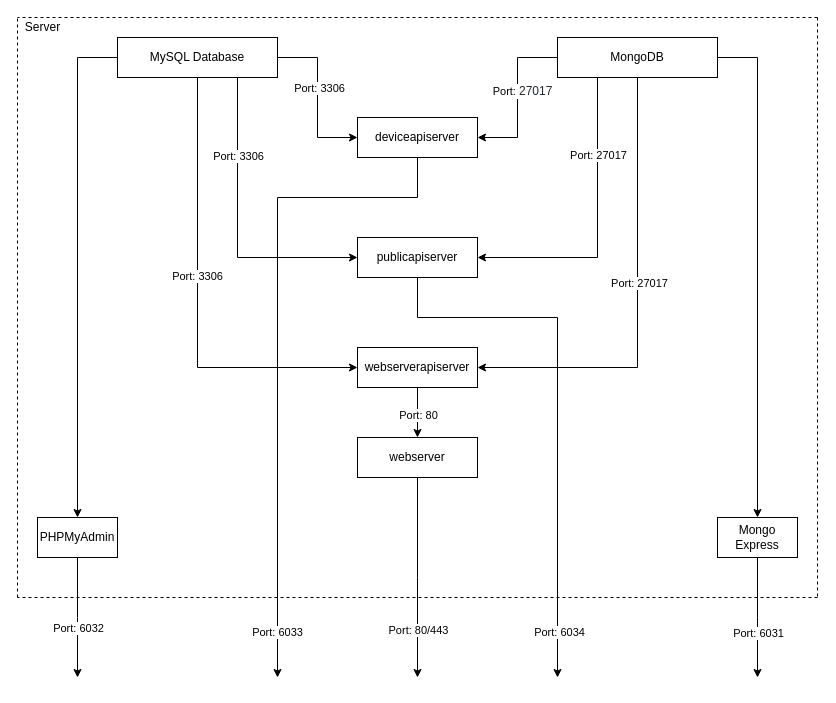
Above: docs/architecture.drawio in sashuu69/iot-platform-docker-compose (draw.io), before the change. Source tidied: cells renumbered, new cells numbered last; positions are measured from the earlier drawing's top-left corner, leaving out a move shared by most shapes. Both pictures are drawn from the tidied source at 100%, with x=0, y=0 at pixel (17, 17).
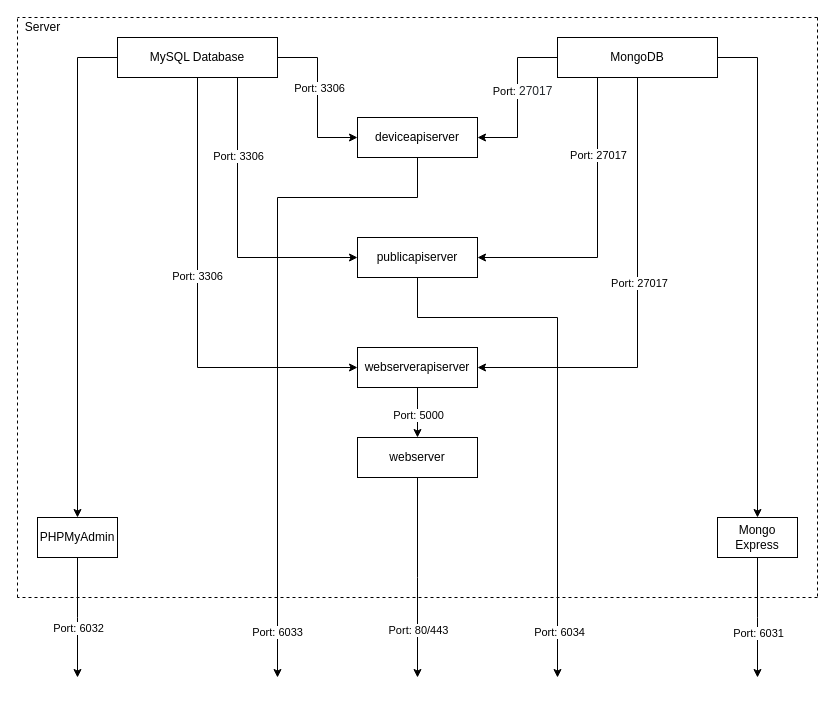
Above is the later version.

The change refers to these unchanged cells:
```xml
<mxCell id="24" style="edgeStyle=orthogonalEdgeStyle;rounded=0;jettySize=auto;html=1;entryX=0.5;entryY=0;entryDx=0;entryDy=0;" parent="1" edge="1" source="26" target="29">
  <mxGeometry relative="1" as="geometry" />
</mxCell>
```

Change to the diagram source:
```diff
@@
-    <mxCell id="25" value="Port: 80" style="edgeLabel;html=1;align=center;verticalAlign=middle;" parent="24" vertex="1">
+    <mxCell id="25" value="Port: 5000" style="edgeLabel;html=1;align=center;verticalAlign=middle;" parent="24" vertex="1">
       <mxGeometry x="0.08" relative="1" as="geometry" />
     </mxCell>
```
